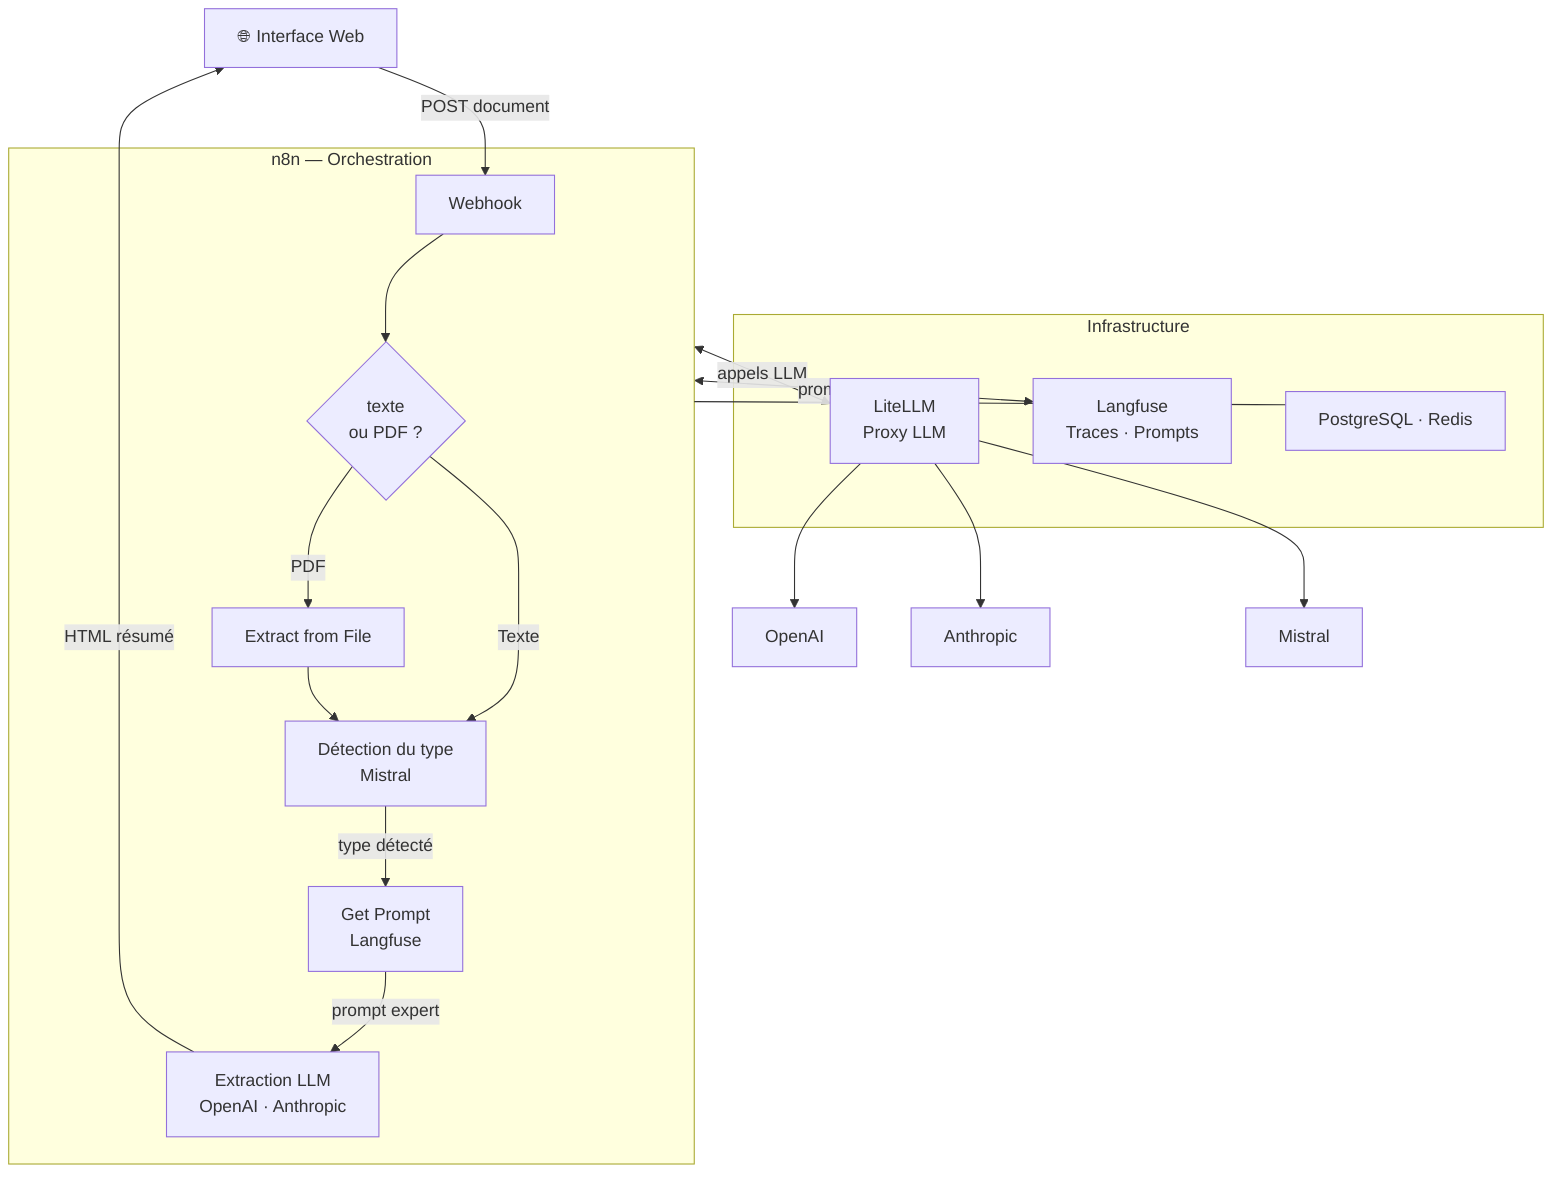
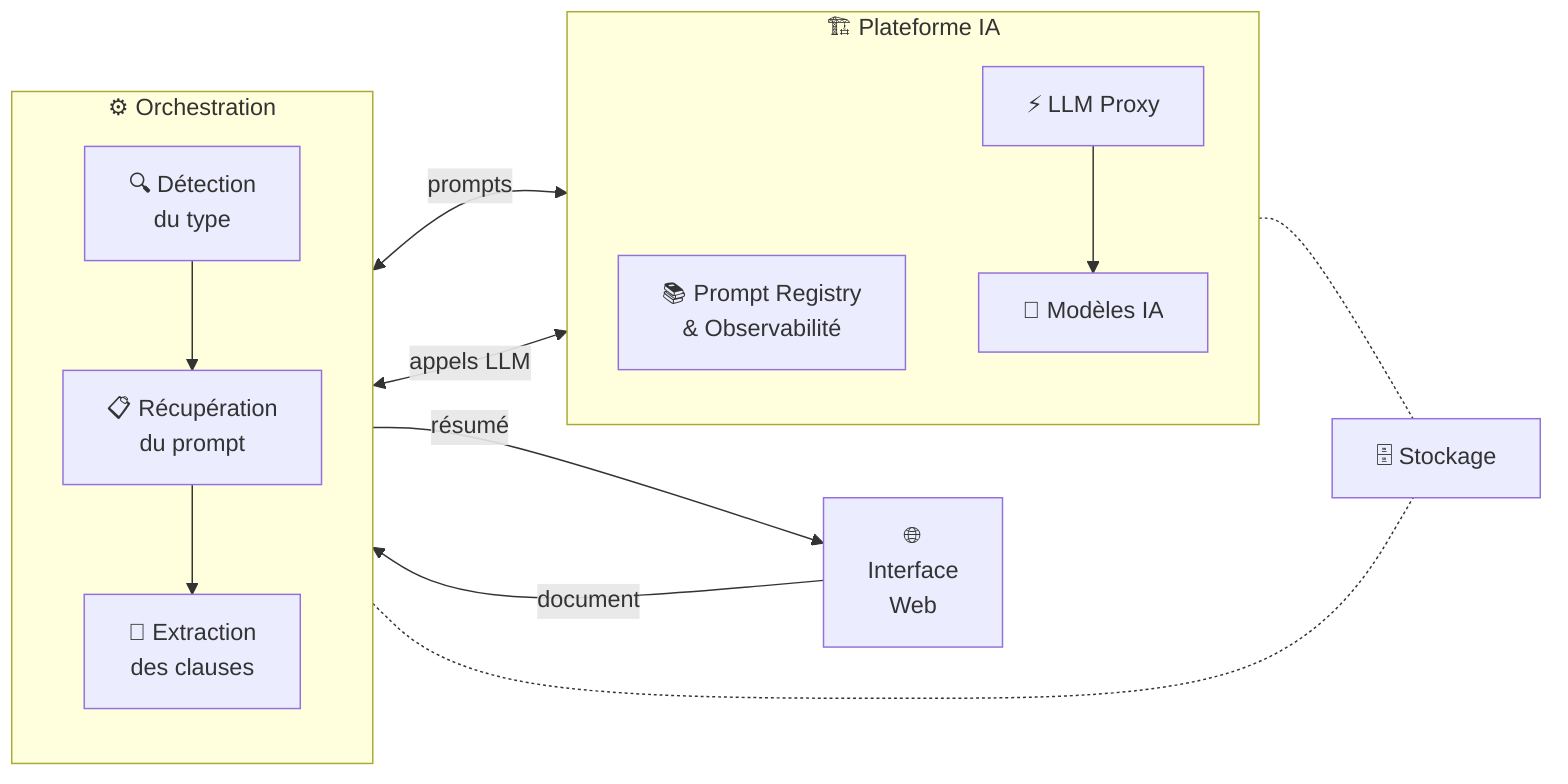
- flowchart TD
-   UI["🌐 Interface Web"]
+ flowchart LR
+   UI["🌐\nInterface\nWeb"]

-   subgraph N8N ["n8n — Orchestration"]
-     WH["Webhook"] --> SW{"texte\nou PDF ?"}
-     SW -->|PDF| EX["Extract from File"]
-     SW -->|Texte| DT
-     EX --> DT["Détection du type\nMistral"]
-     DT -->|"type détecté"| GP["Get Prompt\nLangfuse"]
-     GP -->|"prompt expert"| EXT["Extraction LLM\nOpenAI · Anthropic"]
+   subgraph ORCH["⚙️ Orchestration"]
+     direction TB
+     DT["🔍 Détection\ndu type"]
+     GP["📋 Récupération\ndu prompt"]
+     EX["🤖 Extraction\ndes clauses"]
+     DT --> GP --> EX
  end

-   subgraph INFRA ["Infrastructure"]
-     LITE["LiteLLM\nProxy LLM"]
-     LF2["Langfuse\nTraces · Prompts"]
-     DB["PostgreSQL · Redis"]
+   subgraph INFRA["🏗️ Plateforme IA"]
+     direction TB
+     PR["📚 Prompt Registry\n& Observabilité"]
+     PROXY["⚡ LLM Proxy"]
+     LLM["🧠 Modèles IA"]
+     PROXY --> LLM
  end

-   LITE --> OAI["OpenAI"]
-   LITE --> ANT["Anthropic"]
-   LITE --> MIS["Mistral"]
+   DB["🗄️ Stockage"]

-   UI -->|"POST document"| WH
-   EXT -->|"HTML résumé"| UI
-   N8N <-->|"appels LLM"| LITE
-   N8N <-->|"prompts & traces"| LF2
-   N8N --- DB
+   UI -->|"document"| DT
+   EX -->|"résumé"| UI
+   GP <-->|"prompts"| PR
+   EX <-->|"appels LLM"| PROXY
+   ORCH -.- DB
+   INFRA -.- DB
